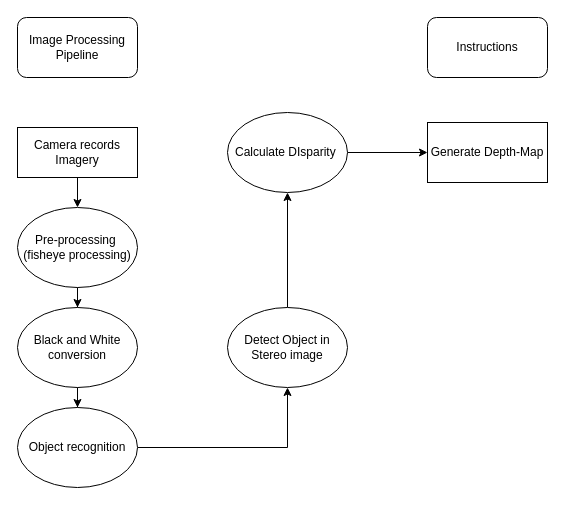
BowieJames/FollowMe keeps this draw.io diagram as ProgramFlow.drawio. Above is the earlier version. Source tidied: cells renumbered, new cells numbered last; positions are measured from the earlier drawing's top-left corner, leaving out a move shared by most shapes. Both pictures are drawn from the tidied source at 100%, with x=0, y=0 at pixel (17, 17).
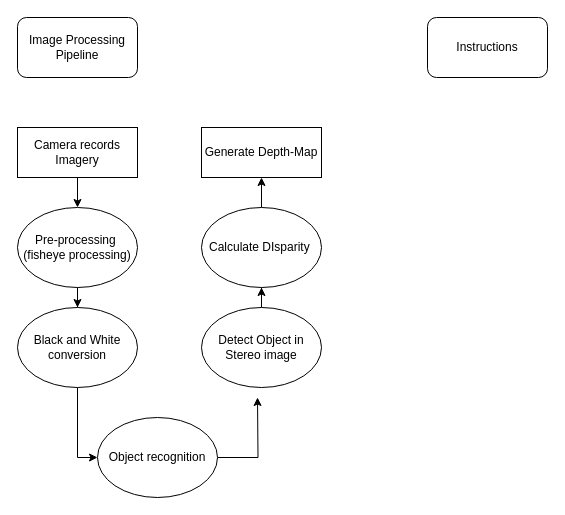
The same page after the edit.

Change to the diagram source:
```diff
@@
 <mxGraphModel>
   <root>
     <mxCell id="0" />
     <mxCell id="1" parent="0" />
     <mxCell id="2" style="edgeStyle=orthogonalEdgeStyle;rounded=0;jettySize=auto;html=1;" parent="1" edge="1" source="3" target="5">
       <mxGeometry relative="1" as="geometry" />
     </mxCell>
     <mxCell id="3" value="Camera records Imagery" style="rounded=0;whiteSpace=wrap;html=1;" parent="1" vertex="1">
       <mxGeometry y="110" width="120" height="50" as="geometry" />
     </mxCell>
     <mxCell id="4" style="edgeStyle=orthogonalEdgeStyle;rounded=0;jettySize=auto;html=1;" parent="1" edge="1" source="5" target="7">
       <mxGeometry relative="1" as="geometry" />
     </mxCell>
     <mxCell id="5" value="Pre-processing&amp;nbsp;&lt;div&gt;(fisheye processing&lt;span style=&quot;background-color: transparent; color: light-dark(rgb(0, 0, 0), rgb(255, 255, 255));&quot;&gt;)&lt;/span&gt;&lt;/div&gt;" style="ellipse;whiteSpace=wrap;html=1;" parent="1" vertex="1">
       <mxGeometry y="190" width="120" height="80" as="geometry" />
     </mxCell>
-    <mxCell id="6" style="edgeStyle=orthogonalEdgeStyle;rounded=0;jettySize=auto;html=1;" parent="1" edge="1" source="7" target="9">
+    <mxCell id="6" style="edgeStyle=orthogonalEdgeStyle;rounded=0;jettySize=auto;html=1;entryX=0;entryY=0.5;entryDx=0;entryDy=0;" parent="1" edge="1" source="7" target="9">
       <mxGeometry relative="1" as="geometry" />
     </mxCell>
     <mxCell id="7" value="Black and White conversion" style="ellipse;whiteSpace=wrap;html=1;" parent="1" vertex="1">
       <mxGeometry y="290" width="120" height="80" as="geometry" />
     </mxCell>
-    <mxCell id="8" style="edgeStyle=orthogonalEdgeStyle;rounded=0;jettySize=auto;html=1;" parent="1" edge="1" source="9" target="11">
-      <mxGeometry relative="1" as="geometry" />
-    </mxCell>
+    <mxCell id="17" style="edgeStyle=orthogonalEdgeStyle;rounded=0;jettySize=auto;html=1;" parent="1" edge="1" source="9">
+      <mxGeometry relative="1" as="geometry">
+        <mxPoint x="240" y="380" as="targetPoint" />
+      </mxGeometry>
+    </mxCell>
     <mxCell id="9" value="Object recognition" style="ellipse;whiteSpace=wrap;html=1;" parent="1" vertex="1">
-      <mxGeometry y="390" width="120" height="80" as="geometry" />
+      <mxGeometry x="80" y="400" width="120" height="80" as="geometry" />
     </mxCell>
     <mxCell id="10" style="edgeStyle=orthogonalEdgeStyle;rounded=0;jettySize=auto;html=1;" parent="1" edge="1" source="11" target="13">
       <mxGeometry relative="1" as="geometry" />
     </mxCell>
     <mxCell id="11" value="Detect Object in Stereo image" style="ellipse;whiteSpace=wrap;html=1;" parent="1" vertex="1">
-      <mxGeometry x="210" y="290" width="120" height="80" as="geometry" />
+      <mxGeometry x="184" y="290" width="120" height="80" as="geometry" />
     </mxCell>
     <mxCell id="12" style="edgeStyle=orthogonalEdgeStyle;rounded=0;jettySize=auto;html=1;" parent="1" edge="1" source="13" target="14">
       <mxGeometry relative="1" as="geometry" />
     </mxCell>
     <mxCell id="13" value="Calculate DIsparity&amp;nbsp;" style="ellipse;whiteSpace=wrap;html=1;" parent="1" vertex="1">
-      <mxGeometry x="210" y="95" width="120" height="80" as="geometry" />
+      <mxGeometry x="184" y="190" width="120" height="80" as="geometry" />
     </mxCell>
     <mxCell id="14" value="Generate Depth-Map" style="whiteSpace=wrap;html=1;" parent="1" vertex="1">
-      <mxGeometry x="410" y="105" width="120" height="60" as="geometry" />
+      <mxGeometry x="184" y="110" width="120" height="50" as="geometry" />
     </mxCell>
     <mxCell id="15" value="Instructions" style="rounded=1;whiteSpace=wrap;html=1;" parent="1" vertex="1">
       <mxGeometry x="410" width="120" height="60" as="geometry" />
     </mxCell>
     <mxCell id="16" value="Image Processing Pipeline" style="rounded=1;whiteSpace=wrap;html=1;" parent="1" vertex="1">
       <mxGeometry width="120" height="60" as="geometry" />
     </mxCell>
   </root>
 </mxGraphModel>
```
